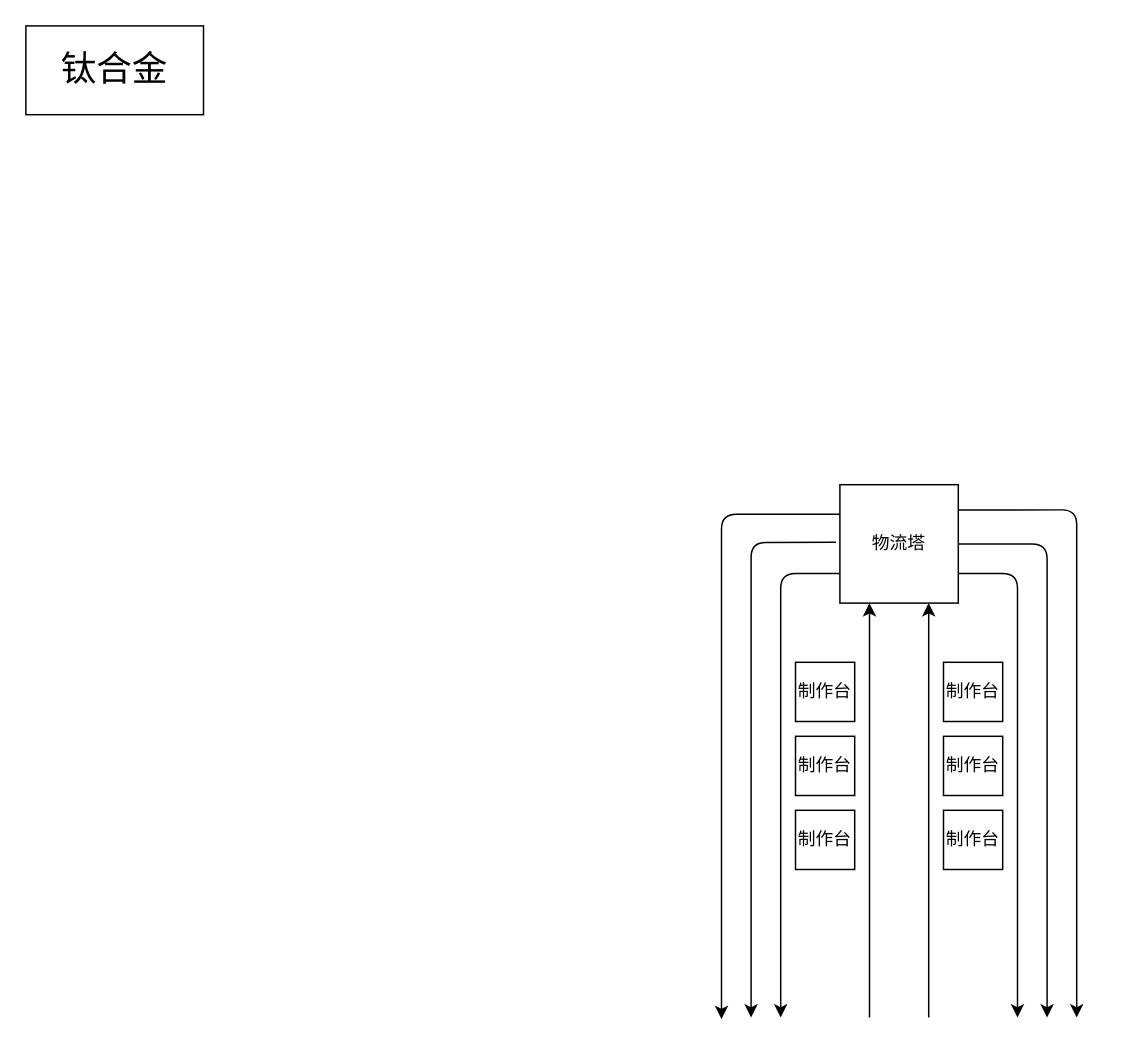
Rliguang/daisenqiu keeps this draw.io diagram as 设计图/钛合金.drawio. Above is the earlier version. Source tidied: cells renumbered, new cells numbered last; positions are measured from the earlier drawing's top-left corner, leaving out a move shared by most shapes. Both pictures are drawn from the tidied source at 148%, with x=0, y=0 at pixel (25, 25).
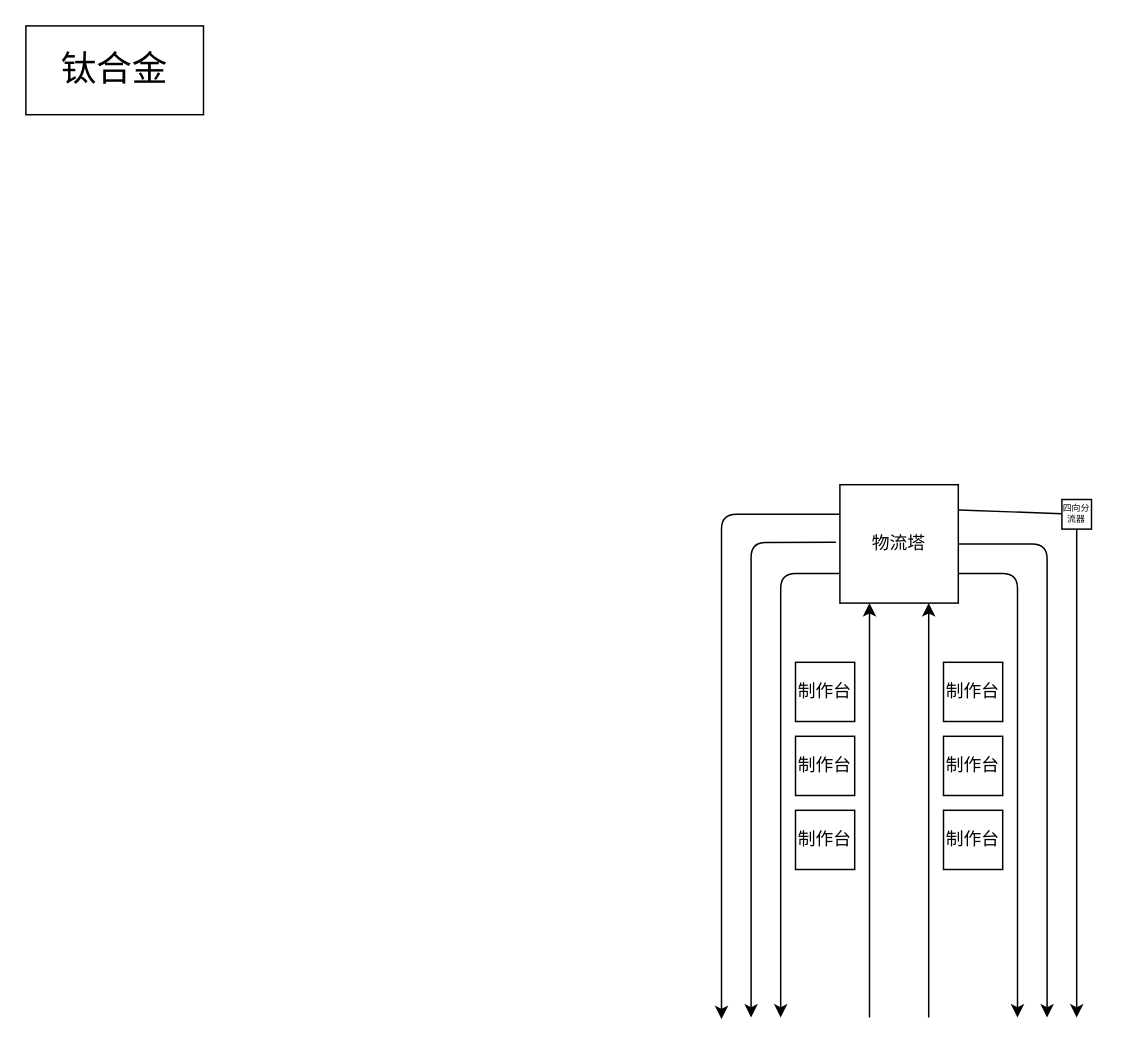
The same diagram, later.

Commit message:
更新钛合金.drawio

The change refers to these unchanged cells:
```xml
<mxCell id="3" value="物流塔" style="whiteSpace=wrap;html=1;" parent="1" vertex="1">
  <mxGeometry x="550" y="310" width="80" height="80" as="geometry" />
</mxCell>
```

Change to the diagram source:
```diff
@@
-    <mxCell id="10" style="endArrow=classic;html=1;exitX=1.002;exitY=0.213;exitDx=0;exitDy=0;exitPerimeter=0;" parent="1" edge="1" source="3">
+    <mxCell id="10" style="endArrow=classic;html=1;exitX=1.002;exitY=0.213;exitDx=0;exitDy=0;exitPerimeter=0;startArrow=none;" parent="1" edge="1" source="18">
       <mxGeometry relative="1" as="geometry">
         <mxPoint x="710" y="670" as="targetPoint" />
         <Array as="points">
           <mxPoint x="710" y="327" />
         </Array>
       </mxGeometry>
     </mxCell>
@@
+    <mxCell id="18" value="&lt;font style=&quot;font-size: 6px&quot;&gt;四向分流器&lt;br&gt;&lt;/font&gt;" style="whiteSpace=wrap;html=1;fontSize=4;" parent="1" vertex="1">
+      <mxGeometry x="700" y="320" width="20" height="20" as="geometry" />
+    </mxCell>
+    <mxCell id="19" style="endArrow=none;html=1;exitX=1.002;exitY=0.213;exitDx=0;exitDy=0;exitPerimeter=0;" parent="1" edge="1" source="3" target="18">
+      <mxGeometry relative="1" as="geometry" />
+    </mxCell>
```
